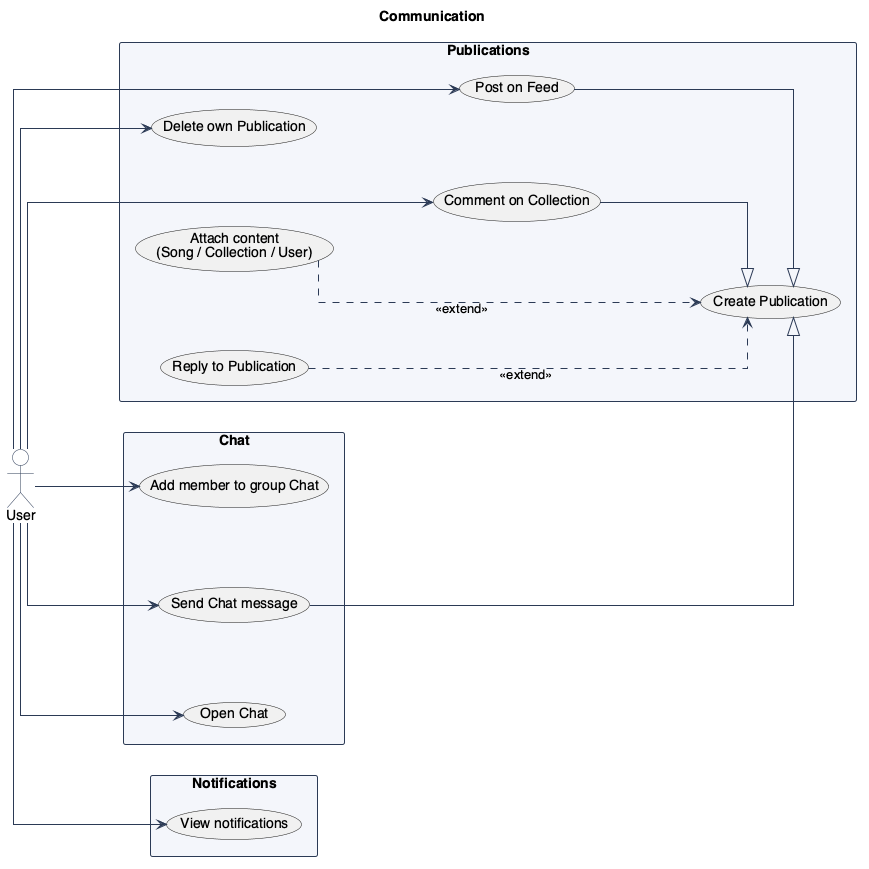
Earlier version of the PlantUML export text/diagrams/UseCasesCommunication.png (ddrddrr/musikk). The source it was exported from:
```plantuml
@startuml UseCasesCommunication

!include ../../_style.puml
left to right direction

title Communication

actor User as user

package "Publications" {
  usecase "Create Publication" as UC_AUTHOR
  usecase "Post on Feed" as UC_POST
  usecase "Comment on Collection" as UC_COMMENT
  usecase "Reply to Publication" as UC_REPLY
  usecase "Attach content\n(Song / Collection / User)" as UC_ATTACH
  usecase "Delete own Publication" as UC_DELETE
}

package "Chat" {
  usecase "Open Chat" as UC_OPEN_CHAT
  usecase "Send Chat message" as UC_CHAT_MSG
  usecase "Add member to group Chat" as UC_ADD_MEMBER
}

package "Notifications" {
  usecase "View notifications" as UC_NOTIF
}

user --> UC_POST
user --> UC_COMMENT
user --> UC_CHAT_MSG
user --> UC_DELETE
user --> UC_OPEN_CHAT
user --> UC_ADD_MEMBER
user --> UC_NOTIF

UC_POST     --|> UC_AUTHOR
UC_COMMENT  --|> UC_AUTHOR
UC_CHAT_MSG --|> UC_AUTHOR

UC_REPLY  ...> UC_AUTHOR : <<extend>>
UC_ATTACH ...> UC_AUTHOR : <<extend>>

@enduml
```
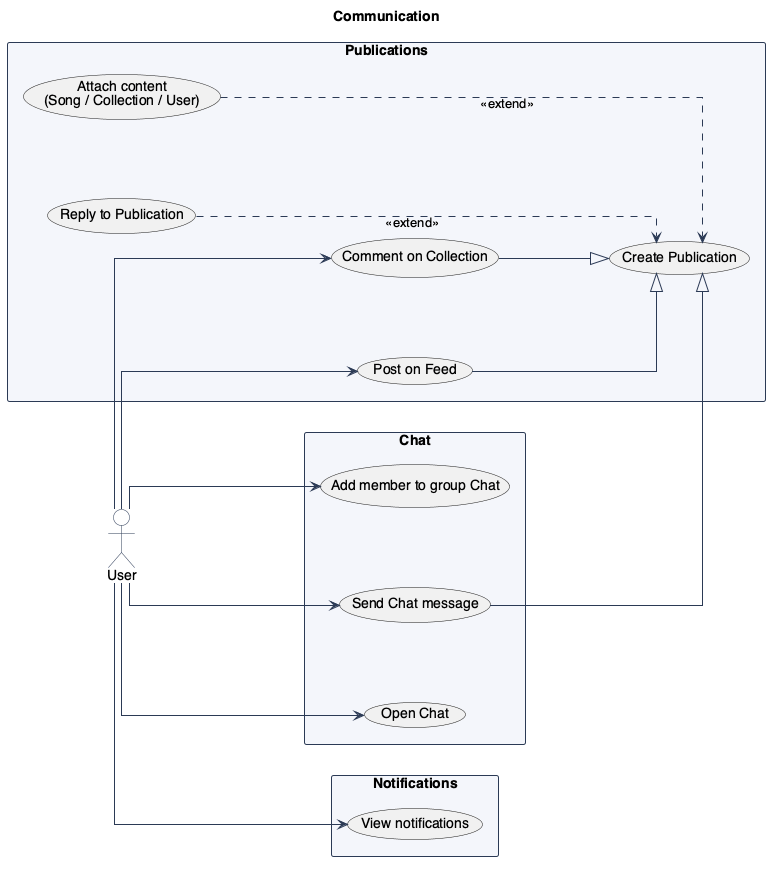
After the change.

Change to the diagram source:
```diff
@@ -13,7 +13,6 @@
   usecase "Comment on Collection" as UC_COMMENT
   usecase "Reply to Publication" as UC_REPLY
   usecase "Attach content\n(Song / Collection / User)" as UC_ATTACH
-  usecase "Delete own Publication" as UC_DELETE
 }
 
 package "Chat" {
@@ -29,7 +28,6 @@
 user --> UC_POST
 user --> UC_COMMENT
 user --> UC_CHAT_MSG
-user --> UC_DELETE
 user --> UC_OPEN_CHAT
 user --> UC_ADD_MEMBER
 user --> UC_NOTIF
```
